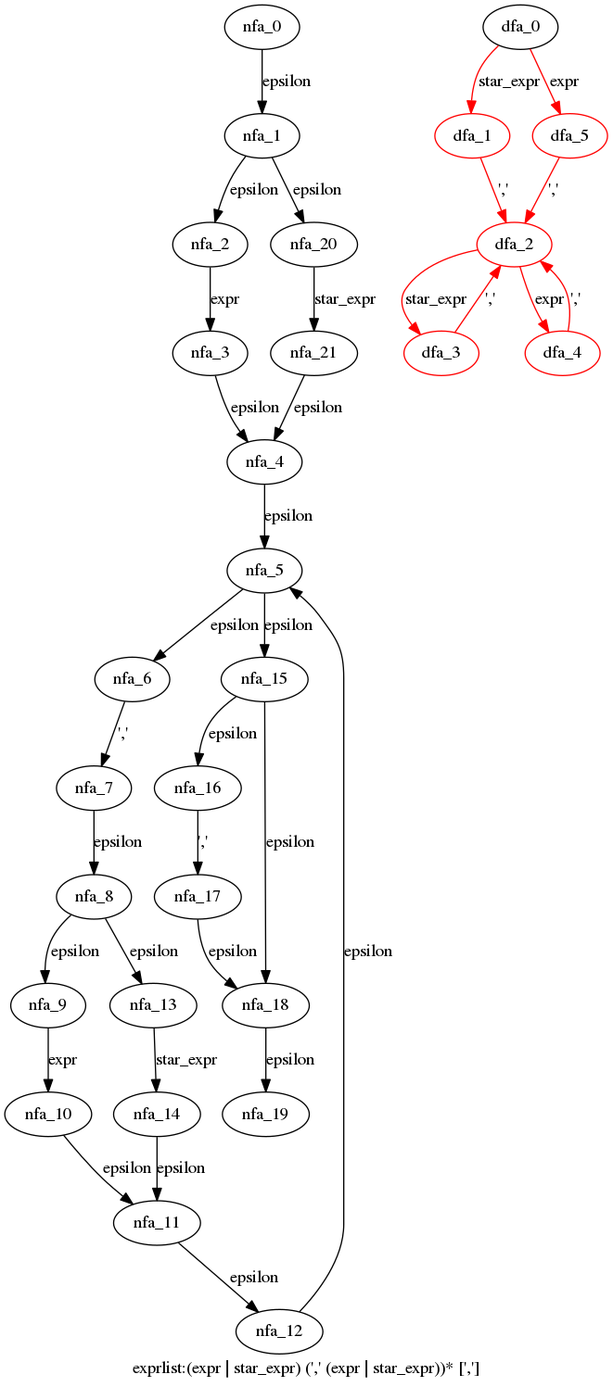
The Graphviz diagram cpython/grammar/handwrite/nfa_dfas/75.exprlist.dot.png in WinChua/blog, before a commit. Its source is kept beside it as cpython/grammar/handwrite/nfa_dfas/75.exprlist.dot.
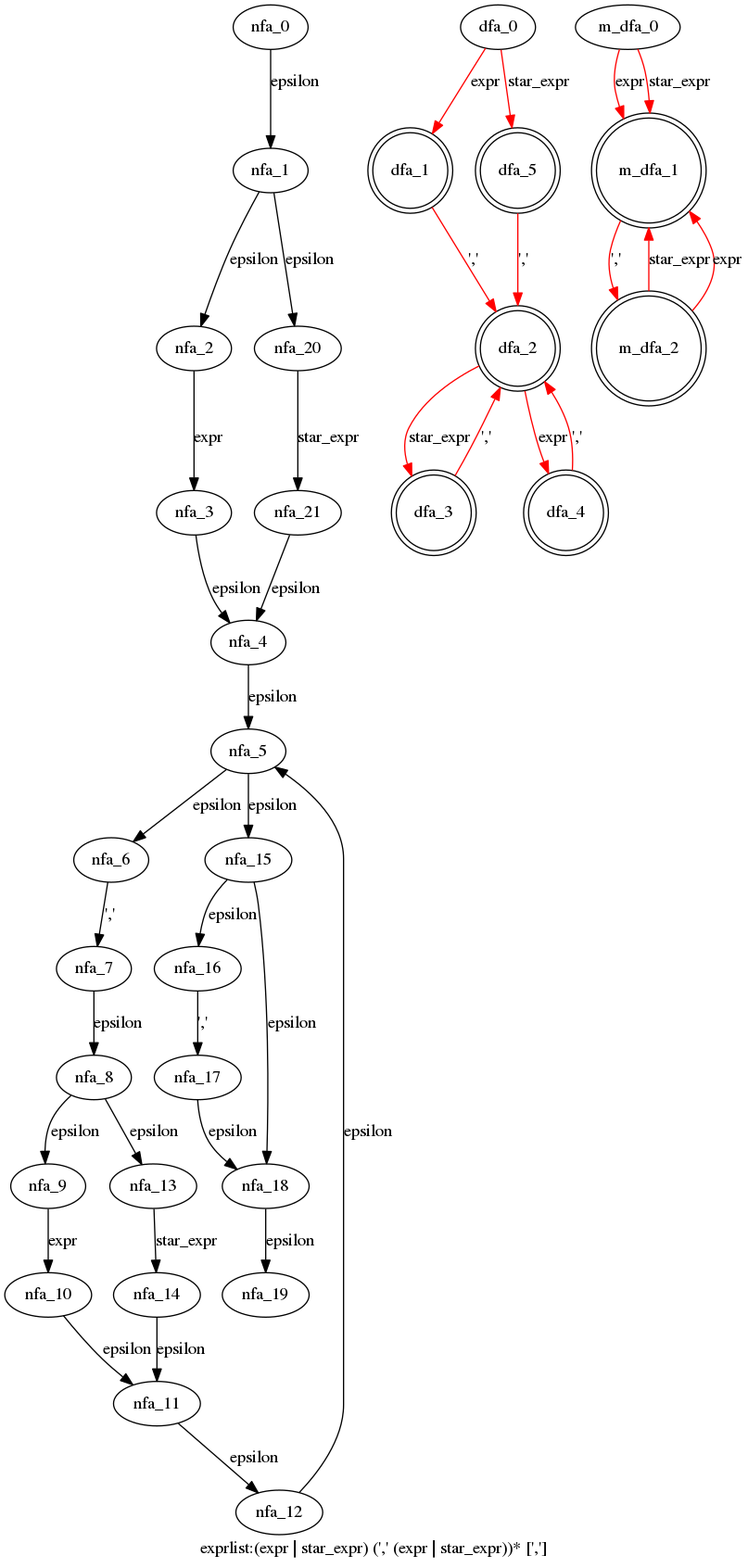
The same file after the commit.

What changed in the source:
```diff
@@ -28,18 +28,27 @@
   nfa_21->nfa_4[label="epsilon"]
   }
  subgraph exprlist_dfa {
-  dfa_0->dfa_1[label="star_expr",color=red]
+  dfa_0->dfa_1[label="expr",color=red]
   dfa_1->dfa_2[label="','",color=red]
   dfa_2->dfa_3[label="star_expr",color=red]
   dfa_3->dfa_2[label="','",color=red]
   dfa_2->dfa_4[label="expr",color=red]
   dfa_4->dfa_2[label="','",color=red]
-  dfa_0->dfa_5[label="expr",color=red]
+  dfa_0->dfa_5[label="star_expr",color=red]
   dfa_5->dfa_2[label="','",color=red]
-  dfa_1[color=red]
-  dfa_2[color=red]
-  dfa_3[color=red]
-  dfa_4[color=red]
-  dfa_5[color=red]
+  dfa_1[shape=doublecircle]
+  dfa_2[shape=doublecircle]
+  dfa_3[shape=doublecircle]
+  dfa_4[shape=doublecircle]
+  dfa_5[shape=doublecircle]
+  }
+ subgraph exprlist_m_dfa {
+  m_dfa_0->m_dfa_1[label="expr",color=red]
+  m_dfa_1->m_dfa_2[label="','",color=red]
+  m_dfa_2->m_dfa_1[label="star_expr",color=red]
+  m_dfa_2->m_dfa_1[label="expr",color=red]
+  m_dfa_0->m_dfa_1[label="star_expr",color=red]
+  m_dfa_1[shape=doublecircle]
+  m_dfa_2[shape=doublecircle]
   }
 }
```
